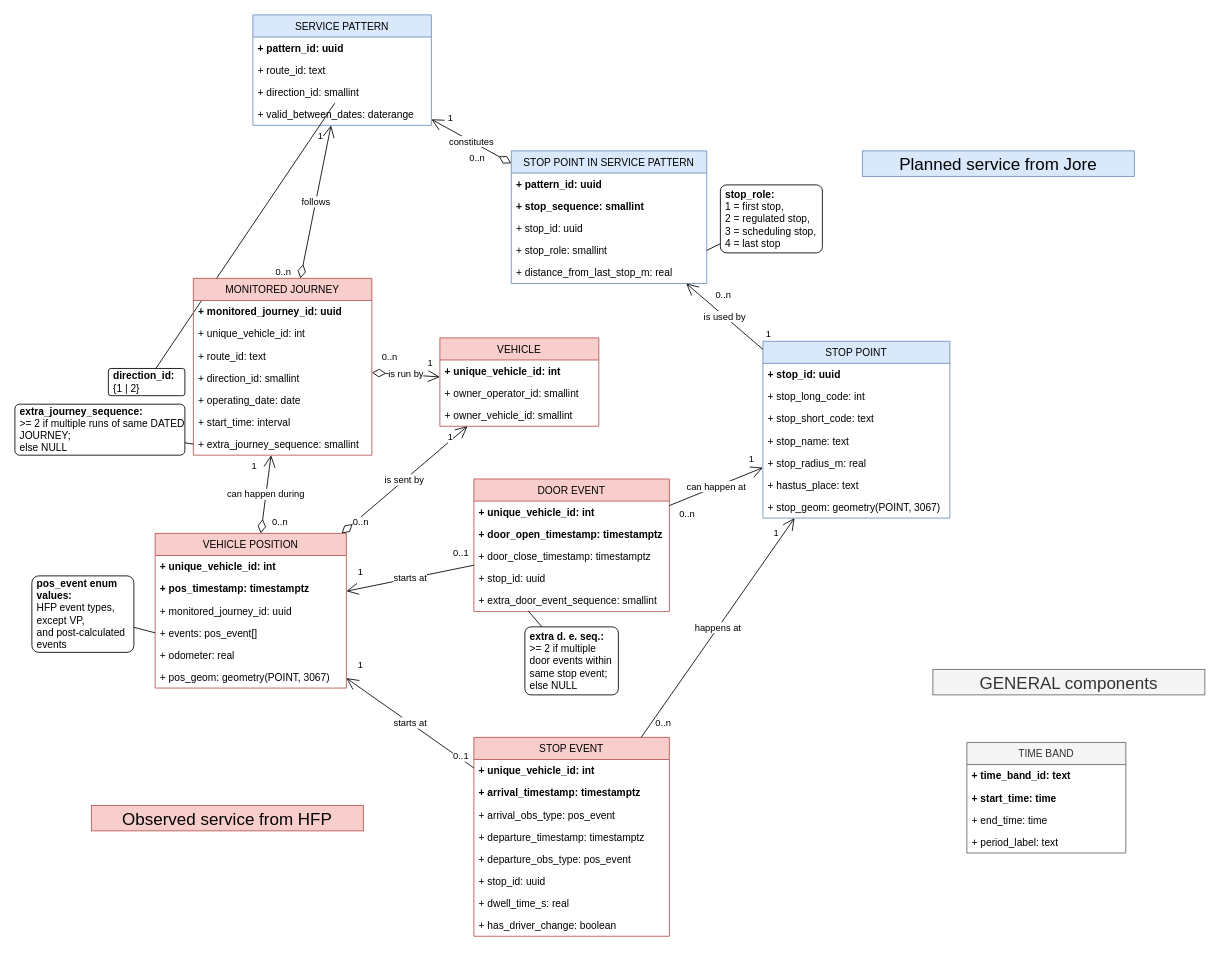
Before: page "tlt-schema" (1 of 3) of docs/tlt-diagrams.drawio in HSLdevcom/toimivuus, a draw.io diagram. Source tidied: cells renumbered, new cells numbered last; positions are measured from the earlier drawing's top-left corner, leaving out a move shared by most shapes. Both pictures are drawn from the tidied source at 85%, with x=0, y=0 at pixel (14, 14).
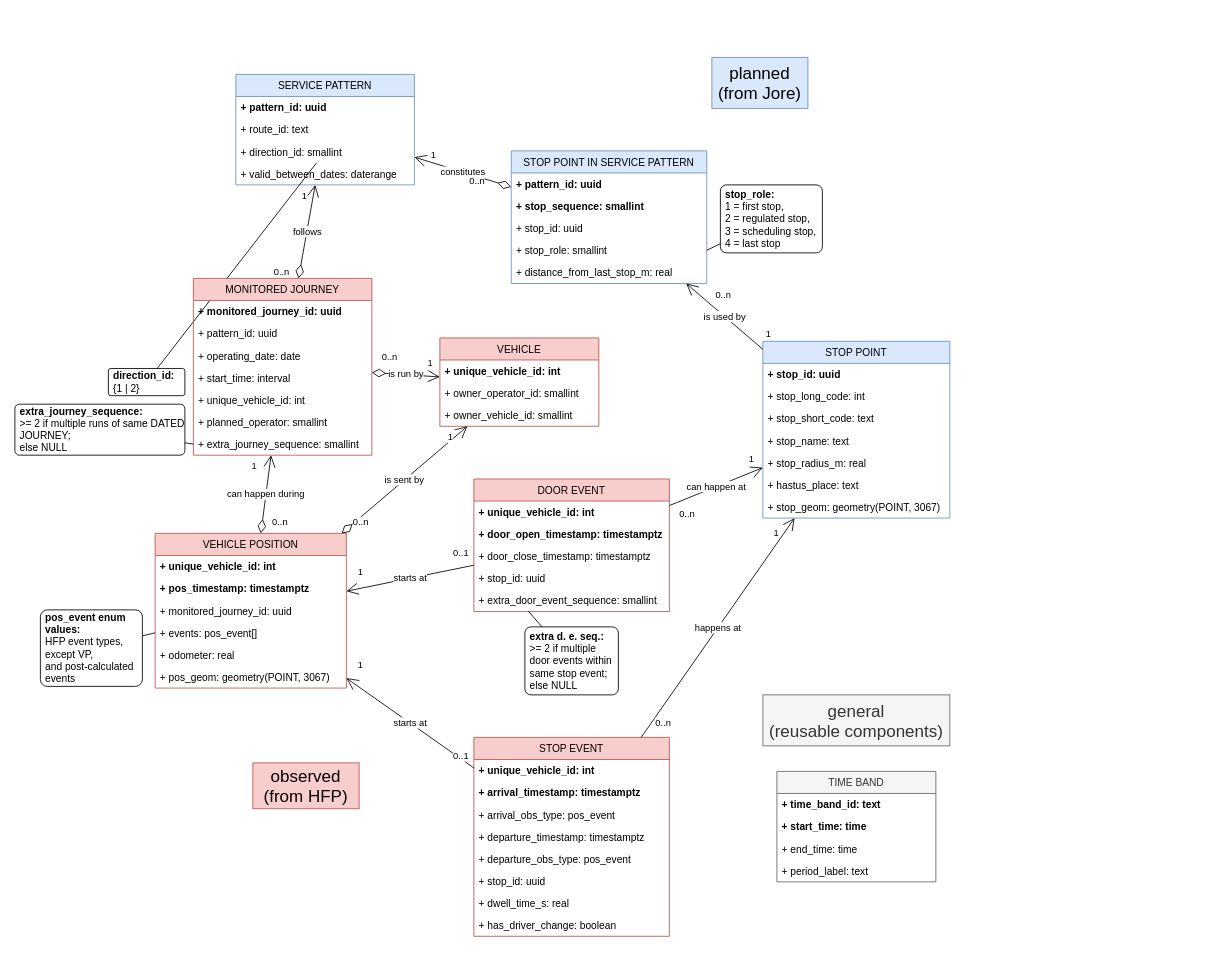
After the change.

Unchanged cells that the change refers to:
```xml
<mxCell id="36" value="MONITORED JOURNEY" style="swimlane;fontStyle=0;horizontal=1;startSize=26;fillColor=#f8cecc;strokeColor=#b85450;" parent="1" vertex="1">
  <mxGeometry x="210" y="310" width="210" height="208" as="geometry" />
</mxCell>
```

What changed in the source:
```diff
@@
     <mxCell id="16" value="SERVICE PATTERN" style="swimlane;fontStyle=0;horizontal=1;startSize=26;fillColor=#dae8fc;strokeColor=#6c8ebf;" parent="1" vertex="1">
-      <mxGeometry x="280" width="210" height="130" as="geometry" />
+      <mxGeometry x="260" y="70" width="210" height="130" as="geometry" />
     </mxCell>
@@
-    <mxCell id="34" value="Planned service from Jore" style="text;html=1;strokeColor=#6c8ebf;fillColor=#dae8fc;align=center;verticalAlign=middle;whiteSpace=wrap;rounded=0;fontSize=20;" parent="1" vertex="1">
-      <mxGeometry x="997" y="160" width="320" height="30" as="geometry" />
+    <mxCell id="34" value="planned&lt;br&gt;(from Jore)" style="text;html=1;strokeColor=#6c8ebf;fillColor=#dae8fc;align=center;verticalAlign=middle;whiteSpace=wrap;rounded=0;fontSize=20;" parent="1" vertex="1">
+      <mxGeometry x="820" y="50" width="113" height="60" as="geometry" />
     </mxCell>
-    <mxCell id="35" value="Observed service from HFP" style="text;html=1;strokeColor=#b85450;fillColor=#f8cecc;align=center;verticalAlign=middle;whiteSpace=wrap;rounded=0;fontSize=20;" parent="1" vertex="1">
-      <mxGeometry x="90" y="930" width="320" height="30" as="geometry" />
+    <mxCell id="35" value="observed&lt;br&gt;(from HFP)" style="text;html=1;strokeColor=#b85450;fillColor=#f8cecc;align=center;verticalAlign=middle;whiteSpace=wrap;rounded=0;fontSize=20;" parent="1" vertex="1">
+      <mxGeometry x="280" y="880" width="125" height="54" as="geometry" />
     </mxCell>
@@
-    <mxCell id="38" value="+ unique_vehicle_id: int" style="text;strokeColor=none;fillColor=none;align=left;verticalAlign=top;spacingLeft=4;spacingRight=4;overflow=hidden;fontStyle=0;" parent="36" vertex="1">
-      <mxGeometry y="52" width="210" height="26" as="geometry" />
-    </mxCell>
-    <mxCell id="39" value="+ route_id: text" style="text;strokeColor=none;fillColor=none;align=left;verticalAlign=top;spacingLeft=4;spacingRight=4;overflow=hidden;fontStyle=0;" parent="36" vertex="1">
-      <mxGeometry y="78" width="210" height="26" as="geometry" />
-    </mxCell>
-    <mxCell id="40" value="+ direction_id: smallint" style="text;strokeColor=none;fillColor=none;align=left;verticalAlign=top;spacingLeft=4;spacingRight=4;overflow=hidden;fontStyle=0;" parent="36" vertex="1">
-      <mxGeometry y="104" width="210" height="26" as="geometry" />
+    <mxCell id="40" value="+ pattern_id: uuid" style="text;strokeColor=none;fillColor=none;align=left;verticalAlign=top;spacingLeft=4;spacingRight=4;overflow=hidden;fontStyle=0;" parent="36" vertex="1">
+      <mxGeometry y="52" width="210" height="26" as="geometry" />
     </mxCell>
     <mxCell id="41" value="+ operating_date: date" style="text;strokeColor=none;fillColor=none;align=left;verticalAlign=top;spacingLeft=4;spacingRight=4;overflow=hidden;" parent="36" vertex="1">
-      <mxGeometry y="130" width="210" height="26" as="geometry" />
+      <mxGeometry y="78" width="210" height="26" as="geometry" />
     </mxCell>
     <mxCell id="42" value="+ start_time: interval" style="text;strokeColor=none;fillColor=none;align=left;verticalAlign=top;spacingLeft=4;spacingRight=4;overflow=hidden;" parent="36" vertex="1">
-      <mxGeometry y="156" width="210" height="26" as="geometry" />
+      <mxGeometry y="104" width="210" height="26" as="geometry" />
     </mxCell>
+    <mxCell id="38" value="+ unique_vehicle_id: int" style="text;strokeColor=none;fillColor=none;align=left;verticalAlign=top;spacingLeft=4;spacingRight=4;overflow=hidden;fontStyle=0;" parent="36" vertex="1">
+      <mxGeometry y="130" width="210" height="26" as="geometry" />
+    </mxCell>
+    <mxCell id="103" value="+ planned_operator: smallint" style="text;strokeColor=none;fillColor=none;align=left;verticalAlign=top;spacingLeft=4;spacingRight=4;overflow=hidden;fontStyle=0;" parent="36" vertex="1">
+      <mxGeometry y="156" width="210" height="26" as="geometry" />
+    </mxCell>
@@
     <mxCell id="61" value="&lt;b&gt;pos_event enum values:&lt;/b&gt;&lt;br&gt;HFP event types,&lt;br&gt;except VP,&lt;br&gt;and post-calculated&lt;br&gt;events&lt;br&gt;&lt;div&gt;&lt;/div&gt;" style="rounded=1;whiteSpace=wrap;html=1;align=left;arcSize=9;spacingLeft=4;" parent="1" vertex="1">
-      <mxGeometry x="20" y="660" width="120" height="90" as="geometry" />
+      <mxGeometry x="30" y="700" width="120" height="90" as="geometry" />
     </mxCell>
@@
-    <mxCell id="97" value="GENERAL components" style="text;html=1;strokeColor=#666666;fillColor=#f5f5f5;align=center;verticalAlign=middle;whiteSpace=wrap;rounded=0;fontSize=20;fontColor=#333333;" parent="1" vertex="1">
-      <mxGeometry x="1080" y="770" width="320" height="30" as="geometry" />
+    <mxCell id="97" value="general&lt;br&gt;(reusable components)" style="text;html=1;strokeColor=#666666;fillColor=#f5f5f5;align=center;verticalAlign=middle;whiteSpace=wrap;rounded=0;fontSize=20;fontColor=#333333;" parent="1" vertex="1">
+      <mxGeometry x="880" y="800" width="220" height="60" as="geometry" />
     </mxCell>
     <mxCell id="98" value="TIME BAND" style="swimlane;fontStyle=0;horizontal=1;startSize=26;fillColor=#f5f5f5;strokeColor=#666666;fontColor=#333333;" parent="1" vertex="1">
-      <mxGeometry x="1120" y="856" width="187" height="130" as="geometry" />
+      <mxGeometry x="896.5" y="890" width="187" height="130" as="geometry" />
     </mxCell>
```
